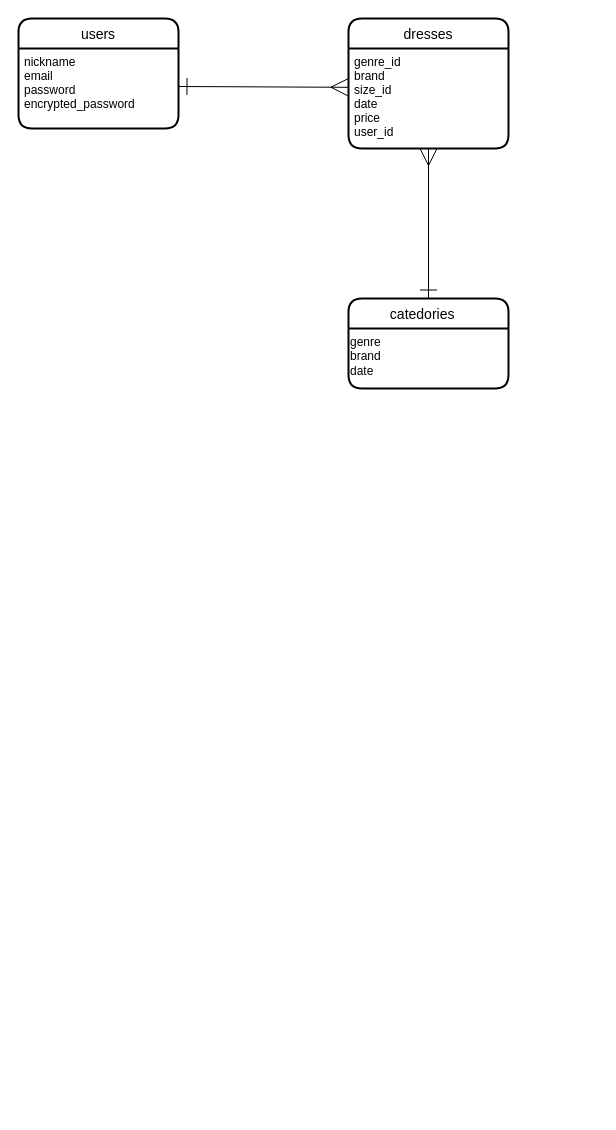
The draw.io diagram ER .dio in mayachacha/closetcare, before the edit. Source tidied: cells renumbered, new cells numbered last; positions are measured from the earlier drawing's top-left corner, leaving out a move shared by most shapes. Both pictures are drawn from the tidied source at 100%, with x=0, y=0 at pixel (18, 18).
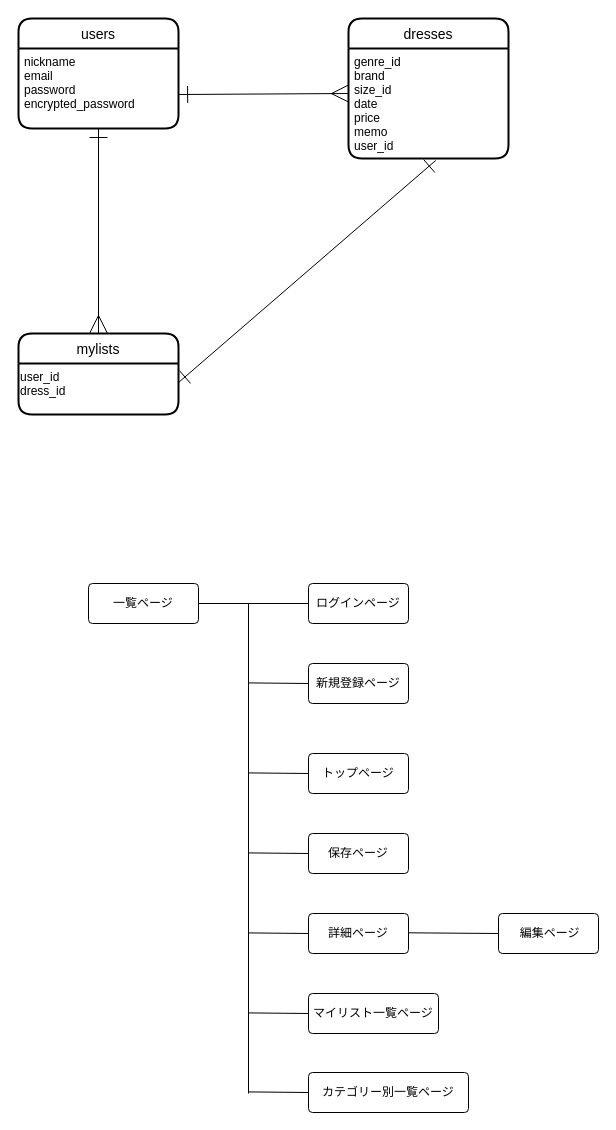
The same diagram, later.

The change refers to these unchanged cells:
```xml
<mxCell id="3" value="nickname&#10;email&#10;password&#10;encrypted_password&#10;" style="align=left;strokeColor=none;fillColor=none;spacingLeft=4;fontSize=12;verticalAlign=top;" parent="2" vertex="1">
  <mxGeometry y="30" width="160" height="80" as="geometry" />
</mxCell>
```

Change to the diagram source:
```diff
@@
+    <mxCell id="10" style="edgeStyle=none;html=1;strokeWidth=1;endArrow=ERmany;endFill=0;endSize=16;startSize=16;startArrow=ERone;startFill=0;exitX=0.5;exitY=1;exitDx=0;exitDy=0;entryX=0.5;entryY=0;entryDx=0;entryDy=0;" parent="1" edge="1" source="3" target="4">
+      <mxGeometry relative="1" as="geometry" />
+    </mxCell>
@@
-    <mxCell id="4" value="catedories   " style="swimlane;horizontal=1;startSize=30;rounded=1;fontSize=14;fontStyle=0;strokeWidth=2;shadow=0;dashed=0;align=center;" parent="1" vertex="1">
-      <mxGeometry x="330" y="280" width="160" height="90" as="geometry" />
+    <mxCell id="4" value="mylists" style="swimlane;horizontal=1;startSize=30;rounded=1;fontSize=14;fontStyle=0;strokeWidth=2;shadow=0;dashed=0;align=center;" parent="1" vertex="1">
+      <mxGeometry y="315" width="160" height="81" as="geometry" />
     </mxCell>
-    <mxCell id="5" value="genre&lt;br&gt;brand&lt;br&gt;date" style="text;html=1;align=left;verticalAlign=top;points=[];strokeColor=none;fillColor=none;" parent="4" vertex="1">
-      <mxGeometry y="30" width="160" height="60" as="geometry" />
+    <mxCell id="5" value="user_id&lt;br&gt;dress_id" style="text;html=1;align=left;verticalAlign=top;points=[];strokeColor=none;fillColor=none;" parent="4" vertex="1">
+      <mxGeometry y="30" width="160" height="51" as="geometry" />
     </mxCell>
     <mxCell id="6" value="dresses" style="swimlane;horizontal=1;startSize=30;rounded=1;fontSize=14;fontStyle=0;strokeWidth=2;shadow=0;dashed=0;align=center;" parent="1" vertex="1">
-      <mxGeometry x="330" width="160" height="130" as="geometry" />
+      <mxGeometry x="330" width="160" height="140" as="geometry" />
     </mxCell>
-    <mxCell id="7" value="genre_id&#10;brand&#10;size_id&#10;date&#10;price&#10;user_id&#10;" style="align=left;strokeColor=none;fillColor=none;spacingLeft=4;fontSize=12;verticalAlign=top;" parent="6" vertex="1">
-      <mxGeometry y="30" width="160" height="100" as="geometry" />
+    <mxCell id="7" value="genre_id&#10;brand&#10;size_id&#10;date&#10;price&#10;memo&#10;user_id&#10;" style="align=left;strokeColor=none;fillColor=none;spacingLeft=4;fontSize=12;verticalAlign=top;" parent="6" vertex="1">
+      <mxGeometry y="30" width="160" height="110" as="geometry" />
     </mxCell>
-    <mxCell id="8" style="edgeStyle=none;html=1;endArrow=ERmany;endFill=0;endSize=15;startSize=15;startArrow=ERone;startFill=0;entryX=-0.004;entryY=0.388;entryDx=0;entryDy=0;entryPerimeter=0;" parent="1" edge="1" source="3" target="7">
+    <mxCell id="8" style="edgeStyle=none;html=1;endArrow=ERmany;endFill=0;endSize=15;startSize=15;startArrow=ERone;startFill=0;exitX=1.004;exitY=0.575;exitDx=0;exitDy=0;exitPerimeter=0;" parent="1" edge="1" source="3">
       <mxGeometry relative="1" as="geometry">
-        <Array as="points">
-          <mxPoint x="160" y="68" />
-        </Array>
+        <mxPoint x="330" y="75" as="targetPoint" />
       </mxGeometry>
     </mxCell>
-    <mxCell id="9" style="edgeStyle=none;html=1;startArrow=ERmany;startFill=0;endArrow=ERone;endFill=0;startSize=15;endSize=15;" parent="1" edge="1" source="7">
-      <mxGeometry relative="1" as="geometry">
-        <mxPoint x="410" y="280" as="targetPoint" />
-      </mxGeometry>
+    <mxCell id="9" style="edgeStyle=none;html=1;startArrow=ERone;startFill=0;endArrow=ERone;endFill=0;startSize=15;endSize=15;jumpSize=10;strokeWidth=1;rounded=0;jumpStyle=none;entryX=1;entryY=0.373;entryDx=0;entryDy=0;entryPerimeter=0;exitX=0.545;exitY=1.018;exitDx=0;exitDy=0;exitPerimeter=0;" parent="1" edge="1" source="7" target="5">
+      <mxGeometry relative="1" as="geometry" />
     </mxCell>
+    <mxCell id="11" style="edgeStyle=none;html=1;endArrow=ERone;endFill=0;strokeColor=none;strokeWidth=7;startArrow=ERone;startFill=0;targetPerimeterSpacing=0;sourcePerimeterSpacing=0;startSize=15;" parent="1" edge="1">
+      <mxGeometry relative="1" as="geometry">
+        <mxPoint x="80" y="95" as="sourcePoint" />
+        <mxPoint x="326" y="315" as="targetPoint" />
+      </mxGeometry>
+    </mxCell>
+    <mxCell id="12" value="ログインページ" style="rounded=1;arcSize=10;whiteSpace=wrap;html=1;align=center;" parent="1" vertex="1">
+      <mxGeometry x="290" y="565" width="100" height="40" as="geometry" />
+    </mxCell>
+    <mxCell id="13" value="新規登録ページ" style="rounded=1;arcSize=10;whiteSpace=wrap;html=1;align=center;" parent="1" vertex="1">
+      <mxGeometry x="290" y="645" width="100" height="40" as="geometry" />
+    </mxCell>
+    <mxCell id="14" style="edgeStyle=none;rounded=0;jumpStyle=none;jumpSize=10;html=1;entryX=0;entryY=0.5;entryDx=0;entryDy=0;strokeWidth=1;startArrow=none;startFill=0;endArrow=none;endFill=0;startSize=16;endSize=16;sourcePerimeterSpacing=0;targetPerimeterSpacing=0;" parent="1" edge="1" source="15" target="12">
+      <mxGeometry relative="1" as="geometry" />
+    </mxCell>
+    <mxCell id="15" value="一覧ページ" style="rounded=1;arcSize=10;whiteSpace=wrap;html=1;align=center;" parent="1" vertex="1">
+      <mxGeometry x="70" y="565" width="110" height="40" as="geometry" />
+    </mxCell>
+    <mxCell id="16" value="保存ページ" style="rounded=1;arcSize=10;whiteSpace=wrap;html=1;align=center;" parent="1" vertex="1">
+      <mxGeometry x="290" y="815" width="100" height="40" as="geometry" />
+    </mxCell>
+    <mxCell id="17" value="詳細ページ" style="rounded=1;arcSize=10;whiteSpace=wrap;html=1;align=center;" parent="1" vertex="1">
+      <mxGeometry x="290" y="895" width="100" height="40" as="geometry" />
+    </mxCell>
+    <mxCell id="18" value="&amp;nbsp;編集ページ" style="rounded=1;arcSize=10;whiteSpace=wrap;html=1;align=center;" parent="1" vertex="1">
+      <mxGeometry x="480" y="895" width="100" height="40" as="geometry" />
+    </mxCell>
+    <mxCell id="19" value="カテゴリー別一覧ページ" style="rounded=1;arcSize=10;whiteSpace=wrap;html=1;align=center;" parent="1" vertex="1">
+      <mxGeometry x="290" y="1054" width="160" height="40" as="geometry" />
+    </mxCell>
+    <mxCell id="20" value="マイリスト一覧ページ" style="rounded=1;arcSize=10;whiteSpace=wrap;html=1;align=center;" parent="1" vertex="1">
+      <mxGeometry x="290" y="975" width="130" height="40" as="geometry" />
+    </mxCell>
+    <mxCell id="21" value="トップページ" style="rounded=1;arcSize=10;whiteSpace=wrap;html=1;align=center;" parent="1" vertex="1">
+      <mxGeometry x="290" y="735" width="100" height="40" as="geometry" />
+    </mxCell>
+    <mxCell id="22" style="endArrow=none;html=1;rounded=0;strokeWidth=1;startSize=16;endSize=16;sourcePerimeterSpacing=0;targetPerimeterSpacing=0;jumpStyle=none;jumpSize=10;" parent="1" edge="1">
+      <mxGeometry relative="1" as="geometry">
+        <mxPoint x="230" y="585" as="sourcePoint" />
+        <mxPoint x="230" y="1075" as="targetPoint" />
+      </mxGeometry>
+    </mxCell>
+    <mxCell id="23" style="endArrow=none;html=1;rounded=0;strokeWidth=1;startSize=16;endSize=16;sourcePerimeterSpacing=0;targetPerimeterSpacing=0;jumpStyle=none;jumpSize=10;" parent="1" edge="1">
+      <mxGeometry relative="1" as="geometry">
+        <mxPoint x="230" y="664.4" as="sourcePoint" />
+        <mxPoint x="290" y="665" as="targetPoint" />
+      </mxGeometry>
+    </mxCell>
+    <mxCell id="24" style="endArrow=none;html=1;rounded=0;strokeWidth=1;startSize=16;endSize=16;sourcePerimeterSpacing=0;targetPerimeterSpacing=0;jumpStyle=none;jumpSize=10;" parent="1" edge="1">
+      <mxGeometry relative="1" as="geometry">
+        <mxPoint x="230" y="754.4" as="sourcePoint" />
+        <mxPoint x="290" y="755" as="targetPoint" />
+      </mxGeometry>
+    </mxCell>
+    <mxCell id="25" style="endArrow=none;html=1;rounded=0;strokeWidth=1;startSize=16;endSize=16;sourcePerimeterSpacing=0;targetPerimeterSpacing=0;jumpStyle=none;jumpSize=10;" parent="1" edge="1">
+      <mxGeometry relative="1" as="geometry">
+        <mxPoint x="230" y="834.4" as="sourcePoint" />
+        <mxPoint x="290" y="835" as="targetPoint" />
+      </mxGeometry>
+    </mxCell>
+    <mxCell id="26" style="endArrow=none;html=1;rounded=0;strokeWidth=1;startSize=16;endSize=16;sourcePerimeterSpacing=0;targetPerimeterSpacing=0;jumpStyle=none;jumpSize=10;" parent="1" edge="1">
+      <mxGeometry relative="1" as="geometry">
+        <mxPoint x="230" y="914.4" as="sourcePoint" />
+        <mxPoint x="290" y="915" as="targetPoint" />
+      </mxGeometry>
+    </mxCell>
+    <mxCell id="27" style="endArrow=none;html=1;rounded=0;strokeWidth=1;startSize=16;endSize=16;sourcePerimeterSpacing=0;targetPerimeterSpacing=0;jumpStyle=none;jumpSize=10;" parent="1" edge="1">
+      <mxGeometry relative="1" as="geometry">
+        <mxPoint x="230" y="994.4" as="sourcePoint" />
+        <mxPoint x="290" y="995" as="targetPoint" />
+      </mxGeometry>
+    </mxCell>
+    <mxCell id="28" style="endArrow=none;html=1;rounded=0;strokeWidth=1;startSize=16;endSize=16;sourcePerimeterSpacing=0;targetPerimeterSpacing=0;jumpStyle=none;jumpSize=10;" parent="1" edge="1">
+      <mxGeometry relative="1" as="geometry">
+        <mxPoint x="230" y="1073.4" as="sourcePoint" />
+        <mxPoint x="290" y="1074" as="targetPoint" />
+      </mxGeometry>
+    </mxCell>
+    <mxCell id="29" style="endArrow=none;html=1;rounded=0;strokeWidth=1;startSize=16;endSize=16;sourcePerimeterSpacing=0;targetPerimeterSpacing=0;jumpStyle=none;jumpSize=10;entryX=0;entryY=0.5;entryDx=0;entryDy=0;" parent="1" edge="1" target="18">
+      <mxGeometry relative="1" as="geometry">
+        <mxPoint x="390" y="914.3" as="sourcePoint" />
+      </mxGeometry>
+    </mxCell>
```
